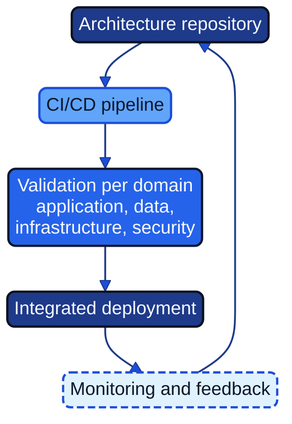
Above: docs/images/diagram_08_chapter6.png in Geonitab/architecture_as_code (Mermaid), before the change. Its source is kept beside it as docs/images/diagram_08_chapter6.mmd. Source of this version:
```mermaid
graph TB
    A[Architecture repository]:::geon-primary --> B[CI/CD pipeline]:::geon-highlight
    B --> C["Validation per domain<br/>application, data,<br/>infrastructure, security"]:::geon-accent
    C --> G[Integrated deployment]:::geon-primary
    G --> H[Monitoring and feedback]:::geon-muted
    H --> A
```
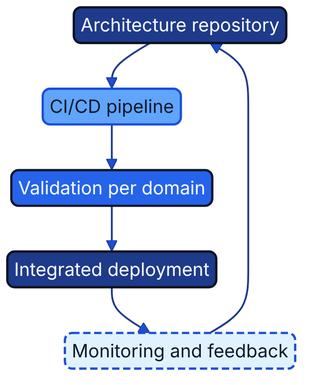
The same diagram one commit later.

The edit, as a diff of the source:
```diff
@@ -1,6 +1,6 @@
-graph TB
-    A[Architecture repository]:::geon-primary --> B[CI/CD pipeline]:::geon-highlight
-    B --> C["Validation per domain<br/>application, data,<br/>infrastructure, security"]:::geon-accent
-    C --> G[Integrated deployment]:::geon-primary
-    G --> H[Monitoring and feedback]:::geon-muted
+flowchart TB
+    A["Architecture repository"]:::geon-primary --> B["CI/CD pipeline"]:::geon-highlight
+    B --> C["Validation per domain"]:::geon-accent
+    C --> G["Integrated deployment"]:::geon-primary
+    G --> H["Monitoring and feedback"]:::geon-muted
     H --> A
```
